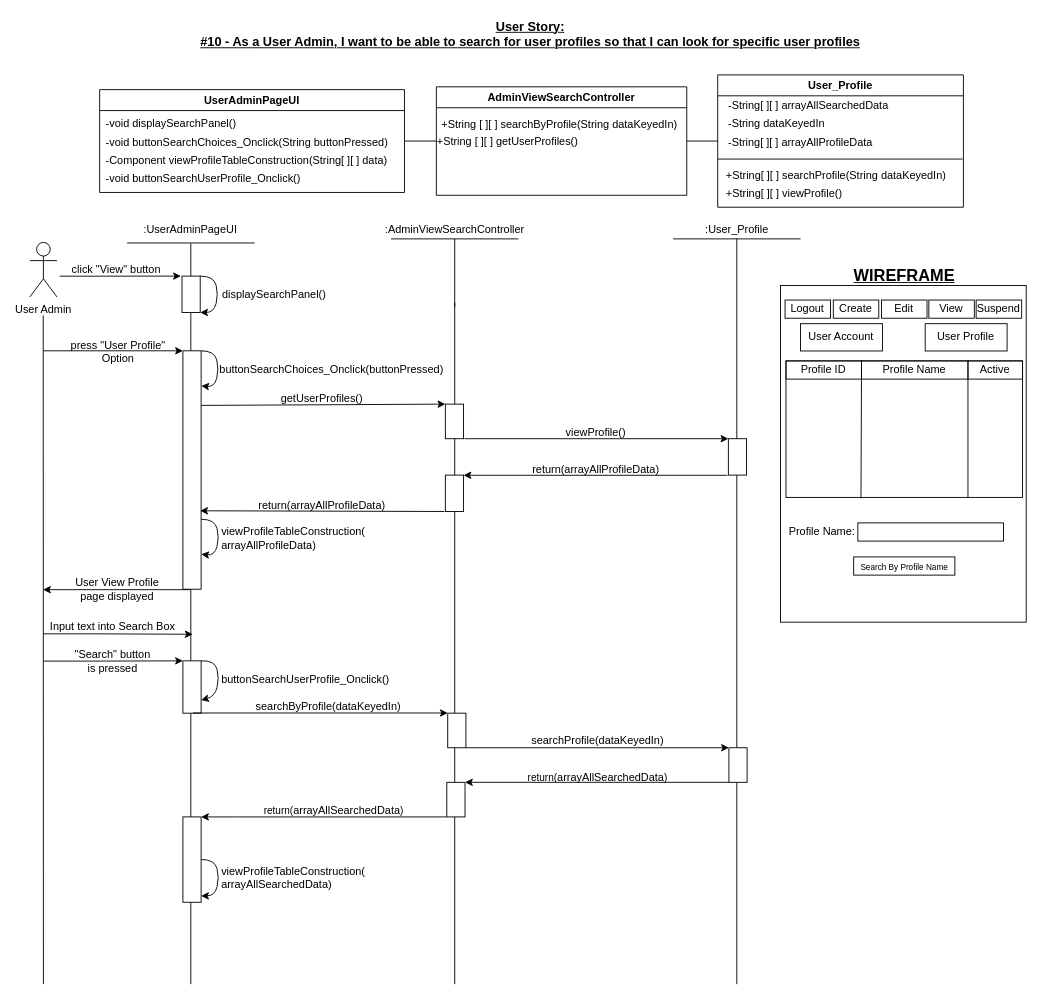
Earlier version of the draw.io diagram BCE_UML_and_Diagrams/UserAdmin/UserAdmin_ViewSearchProfile(#10&11)/UserStory#10_SearchProfile.drawio (extred5700/JAVAGUI-Restaurant-Table-Order-System). Source tidied: cells renumbered, new cells numbered last; positions are measured from the earlier drawing's top-left corner, leaving out a move shared by most shapes. Both pictures are drawn from the tidied source at 91%, with x=0, y=0 at pixel (29, 15).
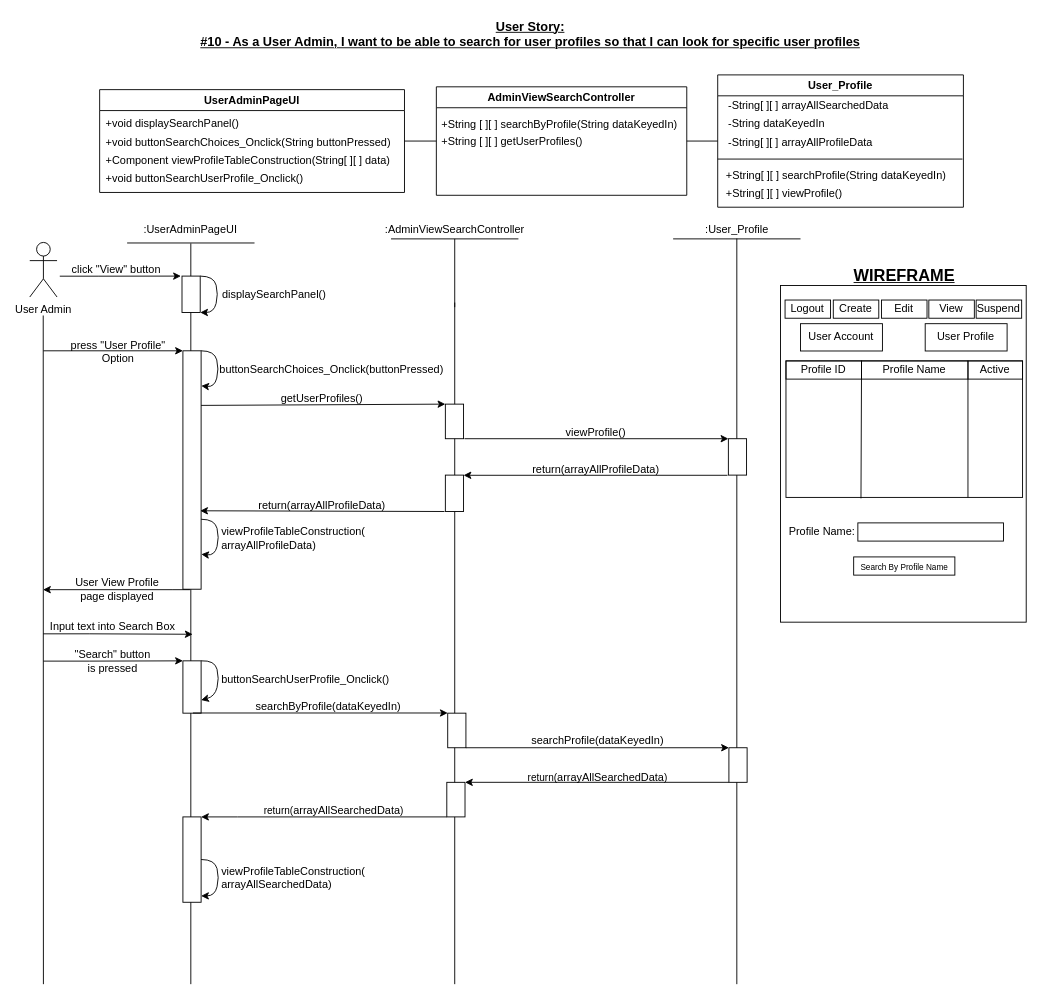
The same diagram, later.

Unchanged cells that the change refers to:
```xml
<mxCell id="4" value="UserAdminPageUI" style="swimlane;" parent="1" vertex="1">
  <mxGeometry x="77" y="81" width="335" height="113" as="geometry" />
</mxCell>
<mxCell id="9" value="AdminViewSearchController" style="swimlane;" parent="1" vertex="1">
  <mxGeometry x="447" y="77.9" width="275.2" height="119.2" as="geometry" />
</mxCell>
```

The edit, as a diff of the source:
```diff
@@
-    <mxCell id="5" value="-void displaySearchPanel()" style="text;html=1;align=left;verticalAlign=middle;strokeColor=none;fillColor=none;" parent="4" vertex="1">
+    <mxCell id="5" value="+void displaySearchPanel()" style="text;html=1;align=left;verticalAlign=middle;strokeColor=none;fillColor=none;" parent="4" vertex="1">
       <mxGeometry x="5" y="28" width="160" height="20" as="geometry" />
     </mxCell>
-    <mxCell id="6" value="-Component viewProfileTableConstruction(String[ ][ ] data)" style="text;html=1;align=left;verticalAlign=middle;strokeColor=none;fillColor=none;" parent="4" vertex="1">
-      <mxGeometry x="5" y="68" width="320" height="20" as="geometry" />
+    <mxCell id="6" value="+Component viewProfileTableConstruction(String[ ][ ] data)" style="text;html=1;align=left;verticalAlign=middle;strokeColor=none;fillColor=none;" parent="4" vertex="1">
+      <mxGeometry x="5" y="68" width="330" height="20" as="geometry" />
     </mxCell>
-    <mxCell id="7" value="-void buttonSearchUserProfile_Onclick()" style="text;html=1;align=left;verticalAlign=middle;strokeColor=none;fillColor=none;" parent="4" vertex="1">
+    <mxCell id="7" value="+void buttonSearchUserProfile_Onclick()" style="text;html=1;align=left;verticalAlign=middle;strokeColor=none;fillColor=none;" parent="4" vertex="1">
       <mxGeometry x="5" y="88" width="230" height="20" as="geometry" />
     </mxCell>
-    <mxCell id="8" value="-void buttonSearchChoices_Onclick(String buttonPressed)" style="text;html=1;align=left;verticalAlign=middle;strokeColor=none;fillColor=none;" parent="4" vertex="1">
+    <mxCell id="8" value="+void buttonSearchChoices_Onclick(String buttonPressed)" style="text;html=1;align=left;verticalAlign=middle;strokeColor=none;fillColor=none;" parent="4" vertex="1">
       <mxGeometry x="5" y="48" width="330" height="20" as="geometry" />
     </mxCell>
@@
     <mxCell id="11" value="&lt;div style=&quot;text-align: left&quot;&gt;+String [ ][ ] getUserProfiles()&lt;/div&gt;" style="text;html=1;align=center;verticalAlign=middle;strokeColor=none;fillColor=none;" parent="9" vertex="1">
-      <mxGeometry x="-7" y="49.6" width="170" height="20" as="geometry" />
+      <mxGeometry x="-2" y="49.6" width="170" height="20" as="geometry" />
     </mxCell>
```
